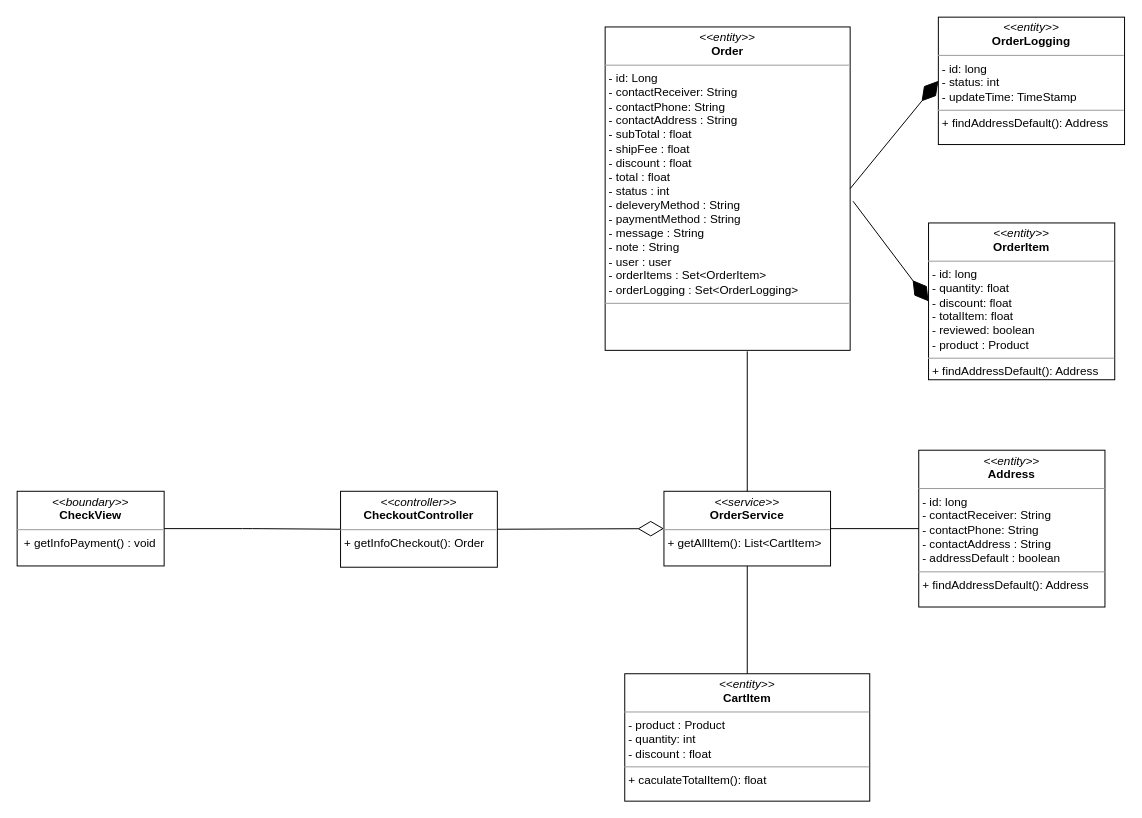
nguyenphamvan/datn_20202 keeps this draw.io diagram as class diagram/getInfoCheckout-class-diagram.drawio. Above is the earlier version. Source tidied: cells renumbered, new cells numbered last; positions are measured from the earlier drawing's top-left corner, leaving out a move shared by most shapes. Both pictures are drawn from the tidied source at 98%, with x=0, y=0 at pixel (17, 17).
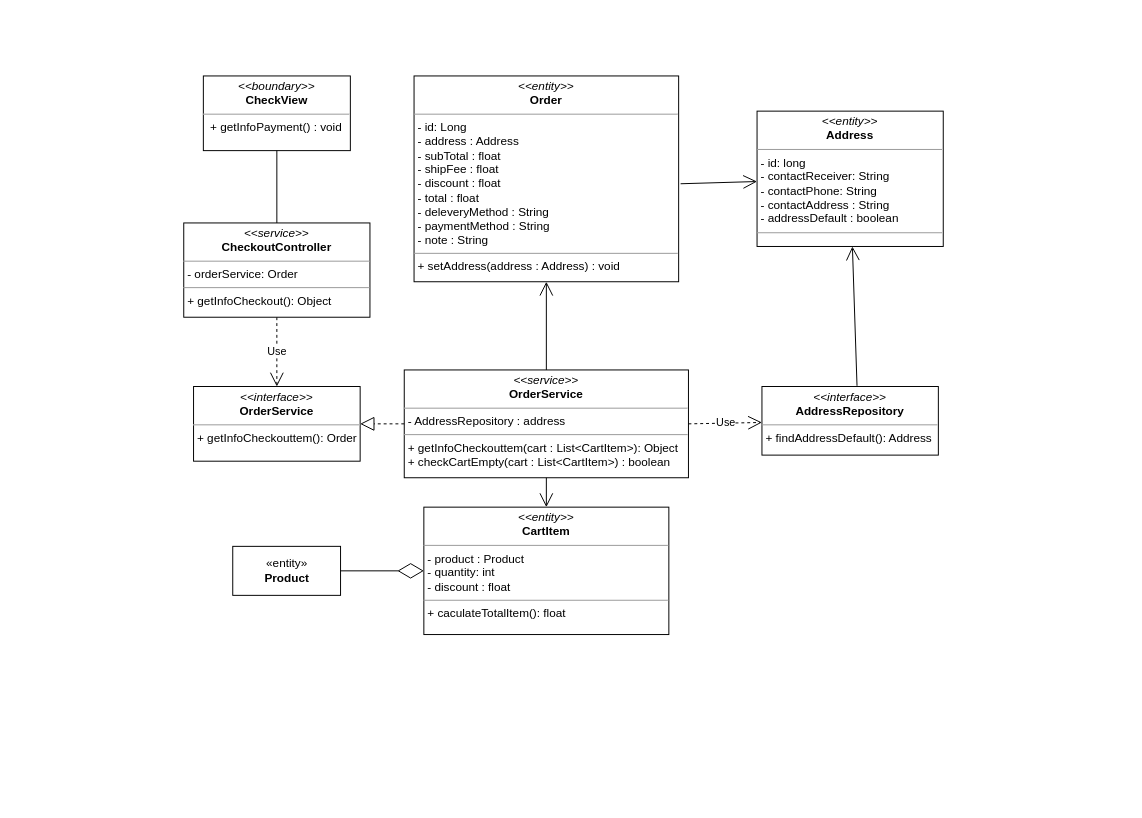
Above is the later version.

Change to the diagram source:
```diff
@@
     <mxCell id="2" value="&lt;p style=&quot;margin: 0px ; margin-top: 4px ; text-align: center&quot;&gt;&lt;i&gt;&amp;lt;&amp;lt;boundary&amp;gt;&amp;gt;&lt;/i&gt;&lt;br&gt;&lt;b&gt;CheckView&lt;/b&gt;&lt;/p&gt;&lt;hr size=&quot;1&quot;&gt;&lt;p style=&quot;margin: 0px ; margin-left: 4px&quot;&gt;&lt;span&gt;&amp;nbsp;&lt;/span&gt;&lt;span&gt;+ getInfoPayment() : void&lt;/span&gt;&lt;/p&gt;" style="verticalAlign=top;align=left;overflow=fill;fontSize=12;fontFamily=Helvetica;html=1;" parent="1" vertex="1">
-      <mxGeometry y="483.8" width="150" height="76.2" as="geometry" />
+      <mxGeometry x="190" y="60" width="150" height="76.2" as="geometry" />
     </mxCell>
-    <mxCell id="3" value="&lt;p style=&quot;margin: 0px ; margin-top: 4px ; text-align: center&quot;&gt;&lt;i&gt;&amp;lt;&amp;lt;controller&amp;gt;&amp;gt;&lt;/i&gt;&lt;br&gt;&lt;b&gt;CheckoutController&lt;/b&gt;&lt;/p&gt;&lt;hr size=&quot;1&quot;&gt;&lt;p style=&quot;margin: 0px ; margin-left: 4px&quot;&gt;+ getInfoCheckout(): Order&lt;/p&gt;" style="verticalAlign=top;align=left;overflow=fill;fontSize=12;fontFamily=Helvetica;html=1;" parent="1" vertex="1">
-      <mxGeometry x="330" y="483.8" width="160" height="77.5" as="geometry" />
-    </mxCell>
-    <mxCell id="4" style="endArrow=none;html=1;edgeStyle=orthogonalEdgeStyle;exitX=1;exitY=0.5;exitDx=0;exitDy=0;entryX=0;entryY=0.5;entryDx=0;entryDy=0;" parent="1" edge="1" source="2" target="3">
-      <mxGeometry relative="1" as="geometry" />
-    </mxCell>
-    <mxCell id="5" value="&lt;p style=&quot;margin: 0px ; margin-top: 4px ; text-align: center&quot;&gt;&lt;i&gt;&amp;lt;&amp;lt;service&amp;gt;&amp;gt;&lt;/i&gt;&lt;br&gt;&lt;b&gt;OrderService&lt;/b&gt;&lt;/p&gt;&lt;hr size=&quot;1&quot;&gt;&lt;p style=&quot;margin: 0px ; margin-left: 4px&quot;&gt;+ getAllItem(): List&amp;lt;CartItem&amp;gt;&lt;/p&gt;" style="verticalAlign=top;align=left;overflow=fill;fontSize=12;fontFamily=Helvetica;html=1;" parent="1" vertex="1">
-      <mxGeometry x="660" y="483.8" width="170" height="76.2" as="geometry" />
-    </mxCell>
-    <mxCell id="6" style="endArrow=diamondThin;endFill=0;endSize=24;html=1;exitX=1;exitY=0.5;exitDx=0;exitDy=0;entryX=0;entryY=0.5;entryDx=0;entryDy=0;" parent="1" edge="1" source="3" target="5">
-      <mxGeometry relative="1" as="geometry" />
-    </mxCell>
-    <mxCell id="7" value="&lt;p style=&quot;margin: 0px ; margin-top: 4px ; text-align: center&quot;&gt;&lt;i&gt;&amp;lt;&amp;lt;entity&amp;gt;&amp;gt;&lt;/i&gt;&lt;br&gt;&lt;b&gt;CartItem&lt;/b&gt;&lt;/p&gt;&lt;hr size=&quot;1&quot;&gt;&lt;p style=&quot;margin: 0px ; margin-left: 4px&quot;&gt;- product : Product&lt;/p&gt;&lt;p style=&quot;margin: 0px ; margin-left: 4px&quot;&gt;- quantity: int&lt;br&gt;- discount : float&lt;/p&gt;&lt;hr size=&quot;1&quot;&gt;&lt;p style=&quot;margin: 0px ; margin-left: 4px&quot;&gt;+ caculateTotalItem(): float&lt;br&gt;&lt;/p&gt;" style="verticalAlign=top;align=left;overflow=fill;fontSize=12;fontFamily=Helvetica;html=1;" parent="1" vertex="1">
-      <mxGeometry x="620" y="670" width="250" height="130" as="geometry" />
-    </mxCell>
-    <mxCell id="8" style="endArrow=none;html=1;exitX=0.5;exitY=1;exitDx=0;exitDy=0;entryX=0.5;entryY=0;entryDx=0;entryDy=0;" parent="1" edge="1" source="5" target="7">
-      <mxGeometry relative="1" as="geometry" />
-    </mxCell>
-    <mxCell id="9" value="&lt;p style=&quot;margin: 0px ; margin-top: 4px ; text-align: center&quot;&gt;&lt;i&gt;&amp;lt;&amp;lt;entity&amp;gt;&amp;gt;&lt;/i&gt;&lt;br&gt;&lt;b&gt;Address&lt;/b&gt;&lt;/p&gt;&lt;hr size=&quot;1&quot;&gt;&lt;p style=&quot;margin: 0px ; margin-left: 4px&quot;&gt;- id: long&lt;/p&gt;&lt;p style=&quot;margin: 0px ; margin-left: 4px&quot;&gt;- contactReceiver: String&lt;br&gt;- contactPhone: String&lt;/p&gt;&lt;p style=&quot;margin: 0px ; margin-left: 4px&quot;&gt;- contactAddress : String&lt;/p&gt;&lt;p style=&quot;margin: 0px ; margin-left: 4px&quot;&gt;- addressDefault : boolean&lt;/p&gt;&lt;hr size=&quot;1&quot;&gt;&lt;p style=&quot;margin: 0px ; margin-left: 4px&quot;&gt;+ findAddressDefault(): Address&lt;br&gt;&lt;/p&gt;" style="verticalAlign=top;align=left;overflow=fill;fontSize=12;fontFamily=Helvetica;html=1;" parent="1" vertex="1">
-      <mxGeometry x="920" y="441.9" width="190" height="160" as="geometry" />
+    <mxCell id="9" value="&lt;p style=&quot;margin: 0px ; margin-top: 4px ; text-align: center&quot;&gt;&lt;i&gt;&amp;lt;&amp;lt;entity&amp;gt;&amp;gt;&lt;/i&gt;&lt;br&gt;&lt;b&gt;Address&lt;/b&gt;&lt;/p&gt;&lt;hr size=&quot;1&quot;&gt;&lt;p style=&quot;margin: 0px ; margin-left: 4px&quot;&gt;- id: long&lt;/p&gt;&lt;p style=&quot;margin: 0px ; margin-left: 4px&quot;&gt;- contactReceiver: String&lt;br&gt;- contactPhone: String&lt;/p&gt;&lt;p style=&quot;margin: 0px ; margin-left: 4px&quot;&gt;- contactAddress : String&lt;/p&gt;&lt;p style=&quot;margin: 0px ; margin-left: 4px&quot;&gt;- addressDefault : boolean&lt;/p&gt;&lt;hr size=&quot;1&quot;&gt;&lt;p style=&quot;margin: 0px ; margin-left: 4px&quot;&gt;&lt;br&gt;&lt;/p&gt;" style="verticalAlign=top;align=left;overflow=fill;fontSize=12;fontFamily=Helvetica;html=1;" parent="1" vertex="1">
+      <mxGeometry x="755" y="95.9" width="190" height="138.1" as="geometry" />
     </mxCell>
-    <mxCell id="10" value="&lt;p style=&quot;margin: 0px ; margin-top: 4px ; text-align: center&quot;&gt;&lt;i&gt;&amp;lt;&amp;lt;entity&amp;gt;&amp;gt;&lt;/i&gt;&lt;br&gt;&lt;b&gt;Order&lt;/b&gt;&lt;/p&gt;&lt;hr size=&quot;1&quot;&gt;&lt;p style=&quot;margin: 0px ; margin-left: 4px&quot;&gt;- id: Long&lt;/p&gt;&lt;p style=&quot;margin: 0px 0px 0px 4px&quot;&gt;- contactReceiver: String&lt;br&gt;- contactPhone: String&lt;/p&gt;&lt;p style=&quot;margin: 0px 0px 0px 4px&quot;&gt;- contactAddress : String&lt;/p&gt;&lt;p style=&quot;margin: 0px 0px 0px 4px&quot;&gt;- subTotal : float&lt;/p&gt;&lt;p style=&quot;margin: 0px 0px 0px 4px&quot;&gt;- shipFee : float&lt;/p&gt;&lt;p style=&quot;margin: 0px 0px 0px 4px&quot;&gt;- discount : float&lt;/p&gt;&lt;p style=&quot;margin: 0px 0px 0px 4px&quot;&gt;- total : float&lt;/p&gt;&lt;p style=&quot;margin: 0px 0px 0px 4px&quot;&gt;- status : int&lt;/p&gt;&lt;p style=&quot;margin: 0px 0px 0px 4px&quot;&gt;- deleveryMethod : String&lt;/p&gt;&lt;p style=&quot;margin: 0px 0px 0px 4px&quot;&gt;- paymentMethod : String&lt;/p&gt;&lt;p style=&quot;margin: 0px 0px 0px 4px&quot;&gt;- message : String&lt;/p&gt;&lt;p style=&quot;margin: 0px 0px 0px 4px&quot;&gt;- note : String&lt;/p&gt;&lt;p style=&quot;margin: 0px 0px 0px 4px&quot;&gt;- user : user&lt;/p&gt;&lt;p style=&quot;margin: 0px 0px 0px 4px&quot;&gt;- orderItems : Set&amp;lt;OrderItem&amp;gt;&lt;/p&gt;&lt;p style=&quot;margin: 0px 0px 0px 4px&quot;&gt;- orderLogging : Set&amp;lt;OrderLogging&amp;gt;&amp;nbsp;&lt;/p&gt;&lt;hr size=&quot;1&quot;&gt;&lt;p style=&quot;margin: 0px ; margin-left: 4px&quot;&gt;&lt;br&gt;&lt;/p&gt;" style="verticalAlign=top;align=left;overflow=fill;fontSize=12;fontFamily=Helvetica;html=1;" parent="1" vertex="1">
-      <mxGeometry x="600" y="10" width="250" height="330" as="geometry" />
+    <mxCell id="10" value="&lt;p style=&quot;margin: 0px ; margin-top: 4px ; text-align: center&quot;&gt;&lt;i&gt;&amp;lt;&amp;lt;entity&amp;gt;&amp;gt;&lt;/i&gt;&lt;br&gt;&lt;b&gt;Order&lt;/b&gt;&lt;/p&gt;&lt;hr size=&quot;1&quot;&gt;&lt;p style=&quot;margin: 0px ; margin-left: 4px&quot;&gt;- id: Long&lt;/p&gt;&lt;p style=&quot;margin: 0px 0px 0px 4px&quot;&gt;- address : Address&lt;/p&gt;&lt;p style=&quot;margin: 0px 0px 0px 4px&quot;&gt;- subTotal : float&lt;/p&gt;&lt;p style=&quot;margin: 0px 0px 0px 4px&quot;&gt;- shipFee : float&lt;/p&gt;&lt;p style=&quot;margin: 0px 0px 0px 4px&quot;&gt;- discount : float&lt;/p&gt;&lt;p style=&quot;margin: 0px 0px 0px 4px&quot;&gt;- total : float&lt;/p&gt;&lt;p style=&quot;margin: 0px 0px 0px 4px&quot;&gt;- deleveryMethod : String&lt;/p&gt;&lt;p style=&quot;margin: 0px 0px 0px 4px&quot;&gt;- paymentMethod : String&lt;/p&gt;&lt;p style=&quot;margin: 0px 0px 0px 4px&quot;&gt;- note : String&lt;/p&gt;&lt;hr size=&quot;1&quot;&gt;&lt;p style=&quot;margin: 0px ; margin-left: 4px&quot;&gt;+ setAddress(address : Address) : void&lt;/p&gt;" style="verticalAlign=top;align=left;overflow=fill;fontSize=12;fontFamily=Helvetica;html=1;" parent="1" vertex="1">
+      <mxGeometry x="405" y="60" width="270" height="210" as="geometry" />
     </mxCell>
-    <mxCell id="11" value="&lt;p style=&quot;margin: 0px ; margin-top: 4px ; text-align: center&quot;&gt;&lt;i&gt;&amp;lt;&amp;lt;entity&amp;gt;&amp;gt;&lt;/i&gt;&lt;br&gt;&lt;b&gt;OrderItem&lt;/b&gt;&lt;/p&gt;&lt;hr size=&quot;1&quot;&gt;&lt;p style=&quot;margin: 0px ; margin-left: 4px&quot;&gt;- id: long&lt;/p&gt;&lt;p style=&quot;margin: 0px ; margin-left: 4px&quot;&gt;- quantity: float&lt;br&gt;- discount: float&lt;/p&gt;&lt;p style=&quot;margin: 0px ; margin-left: 4px&quot;&gt;- totalItem: float&lt;/p&gt;&lt;p style=&quot;margin: 0px ; margin-left: 4px&quot;&gt;- reviewed: boolean&lt;/p&gt;&lt;p style=&quot;margin: 0px ; margin-left: 4px&quot;&gt;- product : Product&lt;/p&gt;&lt;hr size=&quot;1&quot;&gt;&lt;p style=&quot;margin: 0px ; margin-left: 4px&quot;&gt;+ findAddressDefault(): Address&lt;br&gt;&lt;/p&gt;" style="verticalAlign=top;align=left;overflow=fill;fontSize=12;fontFamily=Helvetica;html=1;" parent="1" vertex="1">
-      <mxGeometry x="930" y="210" width="190" height="160" as="geometry" />
-    </mxCell>
-    <mxCell id="12" value="&lt;p style=&quot;margin: 0px ; margin-top: 4px ; text-align: center&quot;&gt;&lt;i&gt;&amp;lt;&amp;lt;entity&amp;gt;&amp;gt;&lt;/i&gt;&lt;br&gt;&lt;b&gt;OrderLogging&lt;/b&gt;&lt;/p&gt;&lt;hr size=&quot;1&quot;&gt;&lt;p style=&quot;margin: 0px ; margin-left: 4px&quot;&gt;- id: long&lt;/p&gt;&lt;p style=&quot;margin: 0px ; margin-left: 4px&quot;&gt;- status: int&lt;br&gt;- updateTime: TimeStamp&lt;/p&gt;&lt;hr size=&quot;1&quot;&gt;&lt;p style=&quot;margin: 0px ; margin-left: 4px&quot;&gt;+ findAddressDefault(): Address&lt;br&gt;&lt;/p&gt;" style="verticalAlign=top;align=left;overflow=fill;fontSize=12;fontFamily=Helvetica;html=1;" parent="1" vertex="1">
-      <mxGeometry x="940" width="190" height="130" as="geometry" />
-    </mxCell>
-    <mxCell id="13" style="endArrow=diamondThin;endFill=1;endSize=24;html=1;entryX=0;entryY=0.5;entryDx=0;entryDy=0;exitX=1;exitY=0.5;exitDx=0;exitDy=0;" parent="1" edge="1" source="10" target="12">
-      <mxGeometry relative="1" as="geometry" />
-    </mxCell>
-    <mxCell id="14" style="endArrow=diamondThin;endFill=1;endSize=24;html=1;entryX=0;entryY=0.5;entryDx=0;entryDy=0;exitX=1.012;exitY=0.539;exitDx=0;exitDy=0;exitPerimeter=0;" parent="1" edge="1" source="10" target="11">
-      <mxGeometry relative="1" as="geometry" />
-    </mxCell>
-    <mxCell id="15" style="endArrow=none;html=1;edgeStyle=orthogonalEdgeStyle;entryX=0.5;entryY=0;entryDx=0;entryDy=0;exitX=0.58;exitY=1.003;exitDx=0;exitDy=0;exitPerimeter=0;" parent="1" edge="1" source="10" target="5">
-      <mxGeometry relative="1" as="geometry" />
-    </mxCell>
-    <mxCell id="16" style="endArrow=none;html=1;exitX=1;exitY=0.5;exitDx=0;exitDy=0;entryX=0;entryY=0.5;entryDx=0;entryDy=0;" parent="1" edge="1" source="5" target="9">
-      <mxGeometry relative="1" as="geometry" />
-    </mxCell>
+    <mxCell id="17" value="&lt;p style=&quot;margin: 0px ; margin-top: 4px ; text-align: center&quot;&gt;&lt;i&gt;&amp;lt;&amp;lt;interface&amp;gt;&amp;gt;&lt;/i&gt;&lt;br&gt;&lt;b&gt;OrderService&lt;/b&gt;&lt;/p&gt;&lt;hr size=&quot;1&quot;&gt;&lt;p style=&quot;margin: 0px ; margin-left: 4px&quot;&gt;+ getInfoCheckouttem(): Order&lt;/p&gt;" style="verticalAlign=top;align=left;overflow=fill;fontSize=12;fontFamily=Helvetica;html=1;" parent="1" vertex="1">
+      <mxGeometry x="180" y="376.9" width="170" height="76.2" as="geometry" />
+    </mxCell>
+    <mxCell id="18" value="Use" style="endArrow=open;endSize=12;dashed=1;html=1;strokeColor=#000000;" parent="1" edge="1" source="23" target="17">
+      <mxGeometry relative="1" as="geometry" />
+    </mxCell>
+    <mxCell id="19" value="&lt;p style=&quot;margin: 0px ; margin-top: 4px ; text-align: center&quot;&gt;&lt;i&gt;&amp;lt;&amp;lt;service&amp;gt;&amp;gt;&lt;/i&gt;&lt;br&gt;&lt;b&gt;OrderService&lt;/b&gt;&lt;br&gt;&lt;/p&gt;&lt;hr size=&quot;1&quot;&gt;&lt;p style=&quot;margin: 0px ; margin-left: 4px&quot;&gt;- AddressRepository : address&lt;/p&gt;&lt;hr size=&quot;1&quot;&gt;&lt;p style=&quot;margin: 0px ; margin-left: 4px&quot;&gt;+ getInfoCheckouttem(cart : List&amp;lt;CartItem&amp;gt;): Object&lt;br&gt;&lt;/p&gt;&lt;p style=&quot;margin: 0px ; margin-left: 4px&quot;&gt;+ checkCartEmpty(cart : List&amp;lt;CartItem&amp;gt;) : boolean&lt;/p&gt;" style="verticalAlign=top;align=left;overflow=fill;fontSize=12;fontFamily=Helvetica;html=1;" parent="1" vertex="1">
+      <mxGeometry x="395" y="360" width="290" height="110" as="geometry" />
+    </mxCell>
+    <mxCell id="20" value="&lt;p style=&quot;margin: 0px ; margin-top: 4px ; text-align: center&quot;&gt;&lt;i&gt;&amp;lt;&amp;lt;interface&amp;gt;&amp;gt;&lt;/i&gt;&lt;br&gt;&lt;b&gt;AddressRepository&lt;/b&gt;&lt;/p&gt;&lt;hr size=&quot;1&quot;&gt;&lt;p style=&quot;margin: 0px ; margin-left: 4px&quot;&gt;+ findAddressDefault(): Address&lt;/p&gt;" style="verticalAlign=top;align=left;overflow=fill;fontSize=12;fontFamily=Helvetica;html=1;" parent="1" vertex="1">
+      <mxGeometry x="760" y="376.9" width="180" height="70" as="geometry" />
+    </mxCell>
+    <mxCell id="21" value="Use" style="endArrow=open;endSize=12;dashed=1;html=1;strokeColor=#000000;exitX=1;exitY=0.5;exitDx=0;exitDy=0;" parent="1" edge="1" source="19" target="20">
+      <mxGeometry relative="1" as="geometry" />
+    </mxCell>
+    <mxCell id="22" style="endArrow=open;endFill=1;endSize=12;html=1;strokeColor=#000000;exitX=0.539;exitY=-0.01;exitDx=0;exitDy=0;exitPerimeter=0;" parent="1" edge="1" source="20" target="9">
+      <mxGeometry relative="1" as="geometry" />
+    </mxCell>
+    <mxCell id="23" value="&lt;p style=&quot;margin: 0px ; margin-top: 4px ; text-align: center&quot;&gt;&lt;i&gt;&amp;lt;&amp;lt;service&amp;gt;&amp;gt;&lt;/i&gt;&lt;br&gt;&lt;b&gt;CheckoutController&lt;/b&gt;&lt;br&gt;&lt;/p&gt;&lt;hr size=&quot;1&quot;&gt;&lt;p style=&quot;margin: 0px ; margin-left: 4px&quot;&gt;- orderService: Order&lt;/p&gt;&lt;hr size=&quot;1&quot;&gt;&lt;p style=&quot;margin: 0px ; margin-left: 4px&quot;&gt;+ getInfoCheckout(): Object&lt;br&gt;&lt;/p&gt;" style="verticalAlign=top;align=left;overflow=fill;fontSize=12;fontFamily=Helvetica;html=1;" parent="1" vertex="1">
+      <mxGeometry x="170" y="210" width="190" height="96.2" as="geometry" />
+    </mxCell>
+    <mxCell id="24" style="endArrow=open;endFill=1;endSize=12;html=1;strokeColor=#000000;" parent="1" edge="1" target="9">
+      <mxGeometry relative="1" as="geometry">
+        <mxPoint x="677" y="170" as="sourcePoint" />
+      </mxGeometry>
+    </mxCell>
+    <mxCell id="25" value="«entity»&lt;br&gt;&lt;b&gt;Product&lt;/b&gt;" style="html=1;" parent="1" vertex="1">
+      <mxGeometry x="220" y="540" width="110" height="50" as="geometry" />
+    </mxCell>
+    <mxCell id="26" style="endArrow=diamondThin;endFill=0;endSize=24;html=1;strokeColor=#000000;" parent="1" edge="1" source="25" target="7">
+      <mxGeometry relative="1" as="geometry" />
+    </mxCell>
+    <mxCell id="27" style="endArrow=open;endFill=1;endSize=12;html=1;strokeColor=#000000;exitX=0.5;exitY=1;exitDx=0;exitDy=0;" parent="1" edge="1" source="19" target="7">
+      <mxGeometry relative="1" as="geometry" />
+    </mxCell>
+    <mxCell id="7" value="&lt;p style=&quot;margin: 0px ; margin-top: 4px ; text-align: center&quot;&gt;&lt;i&gt;&amp;lt;&amp;lt;entity&amp;gt;&amp;gt;&lt;/i&gt;&lt;br&gt;&lt;b&gt;CartItem&lt;/b&gt;&lt;/p&gt;&lt;hr size=&quot;1&quot;&gt;&lt;p style=&quot;margin: 0px ; margin-left: 4px&quot;&gt;- product : Product&lt;/p&gt;&lt;p style=&quot;margin: 0px ; margin-left: 4px&quot;&gt;- quantity: int&lt;br&gt;- discount : float&lt;/p&gt;&lt;hr size=&quot;1&quot;&gt;&lt;p style=&quot;margin: 0px ; margin-left: 4px&quot;&gt;+ caculateTotalItem(): float&lt;br&gt;&lt;/p&gt;" style="verticalAlign=top;align=left;overflow=fill;fontSize=12;fontFamily=Helvetica;html=1;" parent="1" vertex="1">
+      <mxGeometry x="415" y="500" width="250" height="130" as="geometry" />
+    </mxCell>
+    <mxCell id="28" style="endArrow=block;dashed=1;endFill=0;endSize=12;html=1;strokeColor=#000000;entryX=1;entryY=0.5;entryDx=0;entryDy=0;" parent="1" edge="1" source="19" target="17">
+      <mxGeometry relative="1" as="geometry" />
+    </mxCell>
+    <mxCell id="29" style="endArrow=none;html=1;edgeStyle=orthogonalEdgeStyle;strokeColor=#000000;" parent="1" edge="1" source="2" target="23">
+      <mxGeometry relative="1" as="geometry" />
+    </mxCell>
+    <mxCell id="30" style="endArrow=open;endFill=1;endSize=12;html=1;strokeColor=#000000;entryX=0.5;entryY=1;entryDx=0;entryDy=0;" parent="1" edge="1" source="19" target="10">
+      <mxGeometry relative="1" as="geometry" />
+    </mxCell>
```
